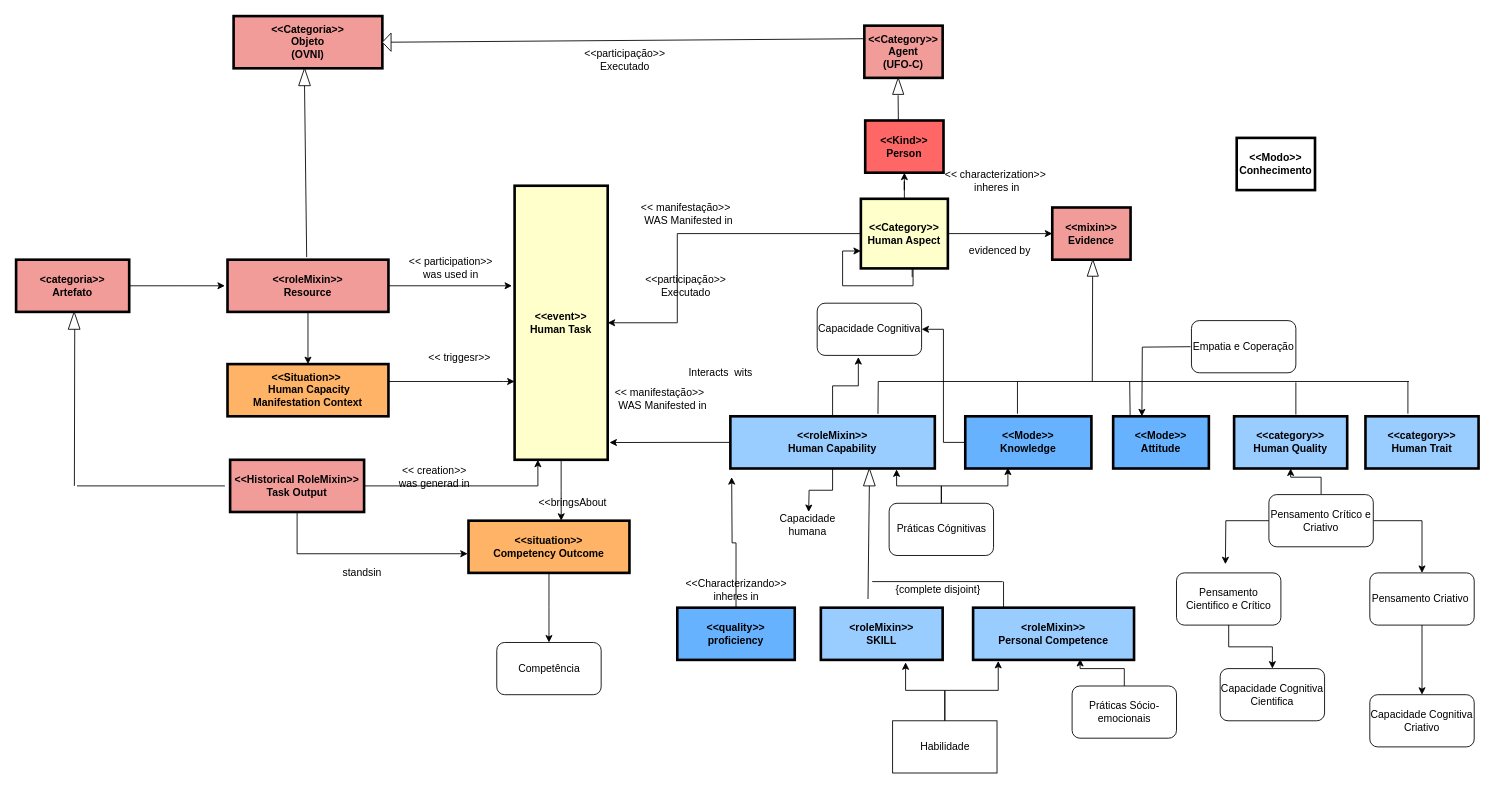
Earlier version of the draw.io diagram Ontologia de Competencias.drawio (RosianeSangali/RosianeSangali). Source tidied: cells renumbered, new cells numbered last; positions are measured from the earlier drawing's top-left corner, leaving out a move shared by most shapes. Both pictures are drawn from the tidied source at 87%, with x=0, y=0 at pixel (16, 16).
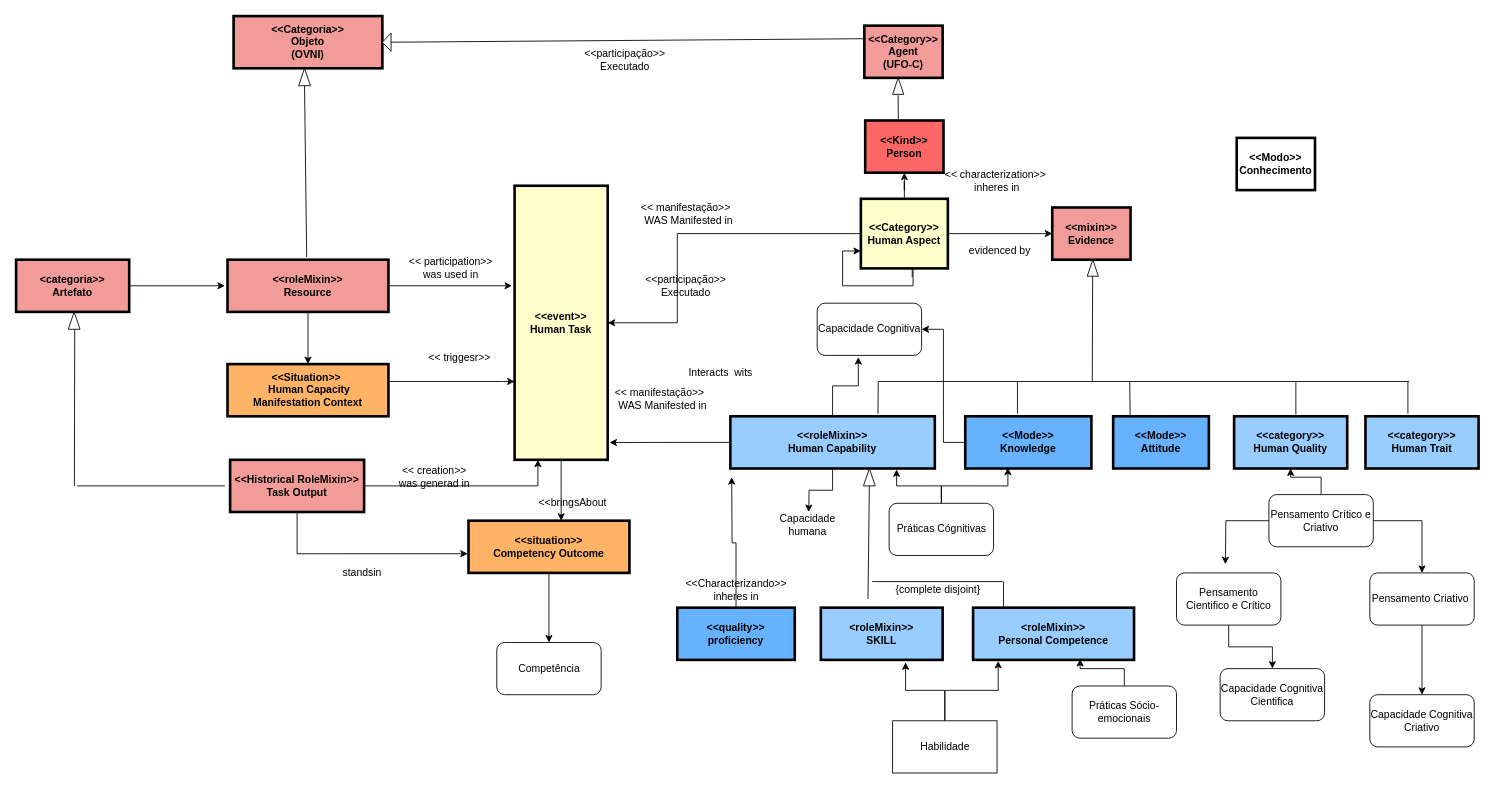
Above is the later version.

What changed in the source:
```diff
@@
-    <mxCell id="65" style="edgeStyle=orthogonalEdgeStyle;rounded=0;orthogonalLoop=1;jettySize=auto;html=1;entryX=0.56;entryY=0;entryDx=0;entryDy=0;entryPerimeter=0;" parent="1" edge="1">
-      <mxGeometry relative="1" as="geometry">
-        <mxPoint x="1350" y="380" as="sourcePoint" />
-        <mxPoint x="1294" y="460" as="targetPoint" />
-      </mxGeometry>
-    </mxCell>
-    <mxCell id="66" value="Empatia e Coperação" style="rounded=1;whiteSpace=wrap;html=1;" parent="1" vertex="1">
-      <mxGeometry x="1351" y="350" width="120" height="60" as="geometry" />
-    </mxCell>
```
